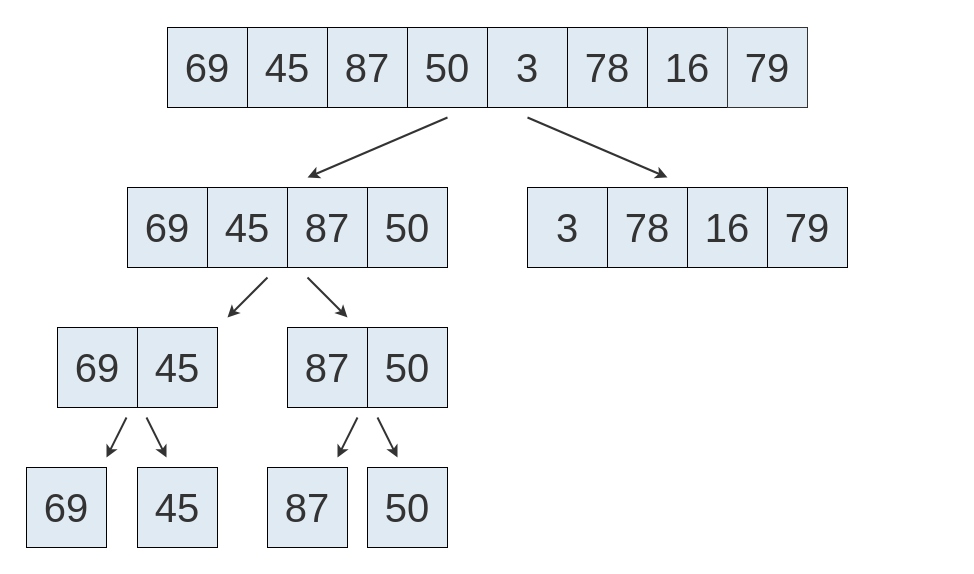
ee-unr/programacion-2 keeps this draw.io diagram as page "3" (4 of 18) of teoria/04_estructuras_y_algoritmos/imgs/03/merge_sort_tree_recursivo.drawio. Above is the earlier version. Source tidied: cells renumbered, new cells numbered last; positions are measured from the earlier drawing's top-left corner, leaving out a move shared by most shapes. Both pictures are drawn from the tidied source at 100%, with x=0, y=0 at pixel (17, 17).
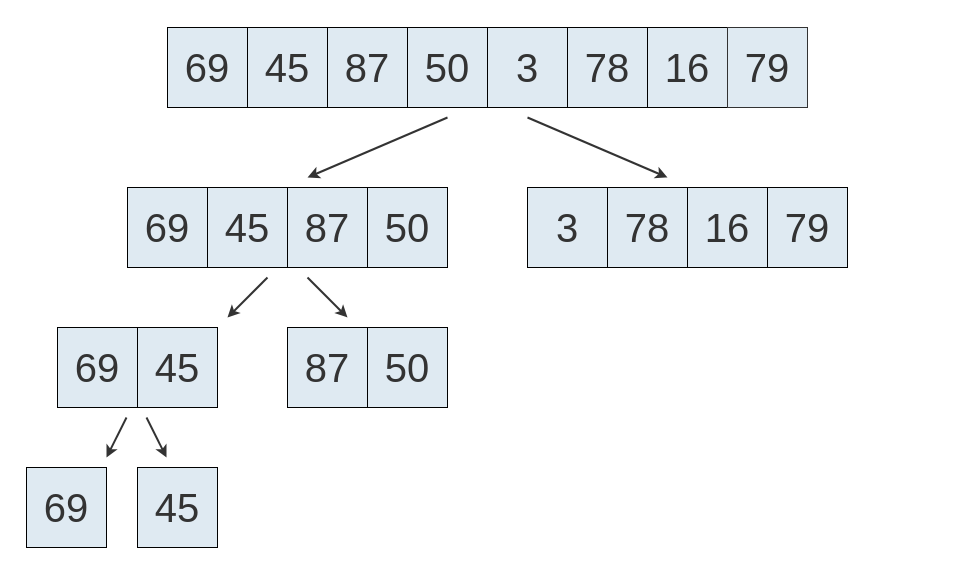
After the change.

What changed in the source:
```diff
@@
+    <mxCell id="34" style="rounded=0;whiteSpace=wrap;html=1;fillColor=none;strokeColor=none;" parent="1" vertex="1">
+      <mxGeometry width="940" height="540" as="geometry" />
+    </mxCell>
@@
-    <mxCell id="28" value="&lt;font style=&quot;font-size: 40px;&quot; color=&quot;#333333&quot; face=&quot;Cascadia Code&quot;&gt;87&lt;/font&gt;" style="rounded=0;whiteSpace=wrap;html=1;fillColor=#DFEAF2;fontSize=34;" parent="1" vertex="1">
-      <mxGeometry x="250" y="450" width="80" height="80" as="geometry" />
-    </mxCell>
-    <mxCell id="29" value="&lt;font style=&quot;font-size: 40px;&quot; color=&quot;#333333&quot; face=&quot;Cascadia Code&quot;&gt;50&lt;/font&gt;" style="rounded=0;whiteSpace=wrap;html=1;fillColor=#DFEAF2;fontSize=34;strokeWidth=1;" parent="1" vertex="1">
-      <mxGeometry x="350" y="450" width="80" height="80" as="geometry" />
-    </mxCell>
-    <mxCell id="30" style="endArrow=classic;html=1;rounded=0;strokeWidth=2;strokeColor=#333333;" parent="1" edge="1">
-      <mxGeometry relative="1" as="geometry">
-        <mxPoint x="360" y="400" as="sourcePoint" />
-        <mxPoint x="380" y="440" as="targetPoint" />
-      </mxGeometry>
-    </mxCell>
-    <mxCell id="31" style="endArrow=classic;html=1;rounded=0;strokeWidth=2;strokeColor=#333333;" parent="1" edge="1">
-      <mxGeometry relative="1" as="geometry">
-        <mxPoint x="340" y="400" as="sourcePoint" />
-        <mxPoint x="320" y="440" as="targetPoint" />
-      </mxGeometry>
-    </mxCell>
@@
-    <mxCell id="34" style="rounded=0;whiteSpace=wrap;html=1;fillColor=none;strokeColor=none;" parent="1" vertex="1">
-      <mxGeometry width="940" height="540" as="geometry" />
-    </mxCell>
```
